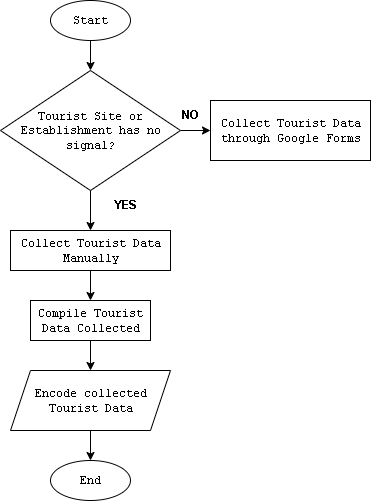
Earlier version of the draw.io export Deliverables/flowchart2.png (LittleEins/Thesis-Collab). Source tidied: cells renumbered, new cells last; positions are measured from the earlier drawing's top-left corner, leaving out a move shared by most shapes.
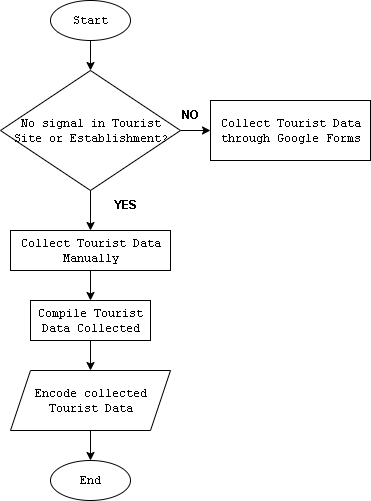
After the change.

Diff of the diagram source:
```diff
@@ -14,7 +14,7 @@
     <mxCell id="5" style="edgeStyle=orthogonalEdgeStyle;rounded=0;jettySize=auto;html=1;" parent="1" edge="1" source="6" target="10">
       <mxGeometry relative="1" as="geometry" />
     </mxCell>
-    <mxCell id="6" value="Tourist Site or Establishment has no signal?" style="rhombus;whiteSpace=wrap;html=1;spacingLeft=1;fontFamily=Courier New;" parent="1" vertex="1">
+    <mxCell id="6" value="No signal in Tourist Site or Establishment?" style="rhombus;whiteSpace=wrap;html=1;spacingLeft=1;fontFamily=Courier New;spacing=10;" parent="1" vertex="1">
       <mxGeometry y="70" width="180" height="120" as="geometry" />
     </mxCell>
     <mxCell id="7" style="edgeStyle=orthogonalEdgeStyle;rounded=0;jettySize=auto;html=1;" parent="1" edge="1" source="8" target="13">
```
